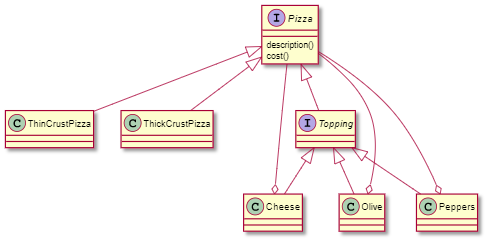
This is Linkedin-Learning/Programming-Foundations-Design-Patterns/Challengs/adapter_pattern_challenge.png from alilosoft/Kalbonyan-Elmarsos, a PlantUML export, as it was before one commit. Its source is kept beside it as Linkedin-Learning/Programming-Foundations-Design-Patterns/Challengs/adapter_pattern_challenge.wsd. Its diagram source:
```plantuml
@startuml adapter_pattern

interface Pizza
Pizza : description()
Pizza : cost()

Pizza <|-- ThinCrustPizza
Pizza <|-- ThickCrustPizza

interface Topping
Pizza <|-- Topping

Topping <|-- Cheese
Topping <|-- Olive
Topping <|-- Peppers

Cheese o-- Pizza
Olive o-- Pizza
Peppers o-- Pizza

@enduml
```
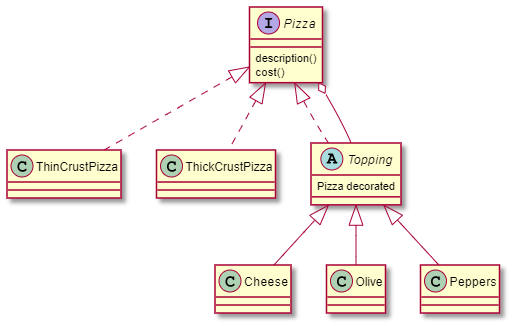
The same diagram one commit later.

Commit message:
adapter pattern better solution

Diff of the diagram source:
```diff
@@ -4,18 +4,16 @@
 Pizza : description()
 Pizza : cost()
 
-Pizza <|-- ThinCrustPizza
-Pizza <|-- ThickCrustPizza
+Pizza <|.. ThinCrustPizza
+Pizza <|.. ThickCrustPizza
 
-interface Topping
-Pizza <|-- Topping
+abstract Topping
+Pizza <|.. Topping
+Pizza o-- Topping
+Topping : Pizza decorated
 
 Topping <|-- Cheese
 Topping <|-- Olive
 Topping <|-- Peppers
 
-Cheese o-- Pizza
-Olive o-- Pizza
-Peppers o-- Pizza
-
 @enduml
```
